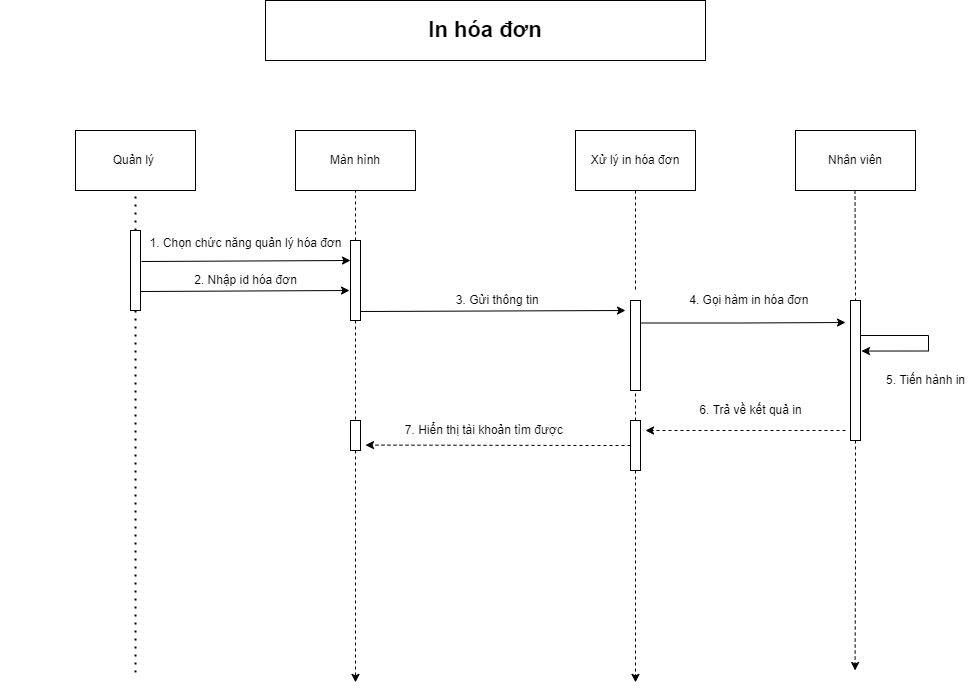
Before: Word/Sequence_Acc_Bill/PNG/inBill.drawio.png, a diagram exported from draw.io (hungtadasuke/CoffeShop_SoftwareTechnology). Source tidied: cells renumbered, new cells last; positions are measured from the earlier drawing's top-left corner, leaving out a move shared by most shapes. Source of this version:
```xml
<mxGraphModel>
  <root>
    <mxCell id="0" />
    <mxCell id="1" parent="0" />
    <mxCell id="2" value="&lt;b&gt;&lt;font style=&quot;font-size: 22px&quot;&gt;In hóa đơn&lt;/font&gt;&lt;/b&gt;" style="rounded=0;whiteSpace=wrap;html=1;" parent="1" vertex="1">
      <mxGeometry x="265" width="440" height="60" as="geometry" />
    </mxCell>
    <mxCell id="3" value="Quản lý&amp;nbsp;" style="rounded=0;whiteSpace=wrap;html=1;" parent="1" vertex="1">
      <mxGeometry x="75" y="130" width="120" height="60" as="geometry" />
    </mxCell>
    <mxCell id="4" value="Màn hình" style="rounded=0;whiteSpace=wrap;html=1;" parent="1" vertex="1">
      <mxGeometry x="295" y="130" width="120" height="60" as="geometry" />
    </mxCell>
    <mxCell id="5" value="Xử lý in hóa đơn" style="rounded=0;whiteSpace=wrap;html=1;" parent="1" vertex="1">
      <mxGeometry x="575" y="130" width="120" height="60" as="geometry" />
    </mxCell>
    <mxCell id="6" value="Nhân viên" style="rounded=0;whiteSpace=wrap;html=1;" parent="1" vertex="1">
      <mxGeometry x="795" y="130" width="120" height="60" as="geometry" />
    </mxCell>
    <mxCell id="7" style="rounded=0;whiteSpace=wrap;html=1;" parent="1" vertex="1">
      <mxGeometry x="130" y="230" width="10" height="80" as="geometry" />
    </mxCell>
    <mxCell id="8" style="edgeStyle=orthogonalEdgeStyle;rounded=0;jettySize=auto;html=1;dashed=1;" parent="1" edge="1" source="9">
      <mxGeometry relative="1" as="geometry">
        <mxPoint x="355" y="681.9" as="targetPoint" />
      </mxGeometry>
    </mxCell>
    <mxCell id="9" style="rounded=0;whiteSpace=wrap;html=1;" parent="1" vertex="1">
      <mxGeometry x="350" y="420" width="10" height="30" as="geometry" />
    </mxCell>
    <mxCell id="10" style="rounded=0;whiteSpace=wrap;html=1;" parent="1" vertex="1">
      <mxGeometry x="350" y="240" width="10" height="80" as="geometry" />
    </mxCell>
    <mxCell id="11" style="edgeStyle=orthogonalEdgeStyle;rounded=0;jettySize=auto;html=1;exitX=0;exitY=0.5;exitDx=0;exitDy=0;entryX=0.446;entryY=1.229;entryDx=0;entryDy=0;entryPerimeter=0;dashed=1;" parent="1" edge="1" source="13" target="28">
      <mxGeometry relative="1" as="geometry" />
    </mxCell>
    <mxCell id="12" style="edgeStyle=orthogonalEdgeStyle;rounded=0;jettySize=auto;html=1;dashed=1;" parent="1" edge="1" source="13">
      <mxGeometry relative="1" as="geometry">
        <mxPoint x="635" y="681.9" as="targetPoint" />
      </mxGeometry>
    </mxCell>
    <mxCell id="13" style="rounded=0;whiteSpace=wrap;html=1;" parent="1" vertex="1">
      <mxGeometry x="630" y="420" width="10" height="50" as="geometry" />
    </mxCell>
    <mxCell id="14" style="rounded=0;whiteSpace=wrap;html=1;" parent="1" vertex="1">
      <mxGeometry x="630" y="300" width="10" height="90" as="geometry" />
    </mxCell>
    <mxCell id="15" style="endArrow=none;dashed=1;html=1;dashPattern=1 3;strokeWidth=2;rounded=0;entryX=0.5;entryY=1;entryDx=0;entryDy=0;exitX=0.5;exitY=0;exitDx=0;exitDy=0;" parent="1" edge="1" source="7" target="3">
      <mxGeometry relative="1" as="geometry" />
    </mxCell>
    <mxCell id="16" style="endArrow=none;dashed=1;html=1;dashPattern=1 3;strokeWidth=2;rounded=0;exitX=0.5;exitY=1;exitDx=0;exitDy=0;" parent="1" edge="1" source="7">
      <mxGeometry relative="1" as="geometry">
        <mxPoint x="135" y="671.9" as="targetPoint" />
      </mxGeometry>
    </mxCell>
    <mxCell id="17" style="endArrow=none;dashed=1;html=1;rounded=0;entryX=0.5;entryY=1;entryDx=0;entryDy=0;exitX=0.5;exitY=0;exitDx=0;exitDy=0;" parent="1" edge="1" source="10" target="4">
      <mxGeometry relative="1" as="geometry" />
    </mxCell>
    <mxCell id="18" style="endArrow=none;dashed=1;html=1;rounded=0;exitX=0.5;exitY=1;exitDx=0;exitDy=0;" parent="1" edge="1" source="5">
      <mxGeometry relative="1" as="geometry">
        <mxPoint x="635" y="290" as="targetPoint" />
      </mxGeometry>
    </mxCell>
    <mxCell id="19" style="endArrow=none;dashed=1;html=1;rounded=0;entryX=0.5;entryY=0;entryDx=0;entryDy=0;exitX=0.5;exitY=1;exitDx=0;exitDy=0;" parent="1" edge="1" source="10" target="9">
      <mxGeometry relative="1" as="geometry" />
    </mxCell>
    <mxCell id="20" style="endArrow=none;dashed=1;html=1;rounded=0;entryX=0.5;entryY=1;entryDx=0;entryDy=0;exitX=0.5;exitY=0;exitDx=0;exitDy=0;" parent="1" edge="1" source="13" target="14">
      <mxGeometry relative="1" as="geometry" />
    </mxCell>
    <mxCell id="21" style="endArrow=none;dashed=1;html=1;rounded=0;exitX=0.5;exitY=1;exitDx=0;exitDy=0;entryX=0.5;entryY=0;entryDx=0;entryDy=0;" parent="1" edge="1" target="32">
      <mxGeometry relative="1" as="geometry">
        <mxPoint x="854.5" y="190" as="sourcePoint" />
      </mxGeometry>
    </mxCell>
    <mxCell id="22" style="edgeStyle=orthogonalEdgeStyle;rounded=0;jettySize=auto;html=1;exitX=1;exitY=0.25;exitDx=0;exitDy=0;" parent="1" edge="1" source="14">
      <mxGeometry relative="1" as="geometry">
        <mxPoint x="845" y="322" as="targetPoint" />
      </mxGeometry>
    </mxCell>
    <mxCell id="23" style="endArrow=classic;html=1;rounded=0;exitX=1;exitY=0.5;exitDx=0;exitDy=0;entryX=-0.1;entryY=0.675;entryDx=0;entryDy=0;entryPerimeter=0;" parent="1" edge="1">
      <mxGeometry relative="1" as="geometry">
        <mxPoint x="141" y="261" as="sourcePoint" />
        <mxPoint x="350" y="260" as="targetPoint" />
      </mxGeometry>
    </mxCell>
    <mxCell id="24" style="endArrow=classic;html=1;rounded=0;exitX=1;exitY=0.5;exitDx=0;exitDy=0;entryX=-0.1;entryY=0.675;entryDx=0;entryDy=0;entryPerimeter=0;" parent="1" edge="1">
      <mxGeometry relative="1" as="geometry">
        <mxPoint x="140" y="291" as="sourcePoint" />
        <mxPoint x="349" y="290" as="targetPoint" />
      </mxGeometry>
    </mxCell>
    <mxCell id="25" style="endArrow=classic;html=1;rounded=0;exitX=1;exitY=0.5;exitDx=0;exitDy=0;" parent="1" edge="1">
      <mxGeometry relative="1" as="geometry">
        <mxPoint x="360" y="311" as="sourcePoint" />
        <mxPoint x="625" y="310" as="targetPoint" />
      </mxGeometry>
    </mxCell>
    <mxCell id="26" value="&lt;font style=&quot;font-size: 12px&quot;&gt;&amp;nbsp; &amp;nbsp; &amp;nbsp; &amp;nbsp; &amp;nbsp; &amp;nbsp; &amp;nbsp; &amp;nbsp; &amp;nbsp; &amp;nbsp; &amp;nbsp; &amp;nbsp; &amp;nbsp; &amp;nbsp; &amp;nbsp; &amp;nbsp; &amp;nbsp; &amp;nbsp; &amp;nbsp; &amp;nbsp; &amp;nbsp; 1. Chọn chức năng quản lý hóa đơn&lt;/font&gt;" style="text;html=1;align=center;verticalAlign=middle;strokeColor=none;fillColor=none;fontSize=22;" parent="1" vertex="1">
      <mxGeometry y="220" width="350" height="40" as="geometry" />
    </mxCell>
    <mxCell id="27" value="&amp;nbsp; &amp;nbsp; &amp;nbsp; &amp;nbsp; &amp;nbsp; &amp;nbsp; &amp;nbsp; &amp;nbsp; &amp;nbsp; &amp;nbsp; &amp;nbsp; &amp;nbsp; &amp;nbsp; &amp;nbsp; &amp;nbsp; &amp;nbsp; &amp;nbsp; &amp;nbsp; &amp;nbsp; &amp;nbsp; &amp;nbsp; &amp;nbsp; &amp;nbsp; &amp;nbsp; &amp;nbsp; &amp;nbsp; &amp;nbsp; &amp;nbsp; &amp;nbsp; &amp;nbsp; &amp;nbsp; &amp;nbsp; &amp;nbsp; &amp;nbsp; &amp;nbsp; &amp;nbsp; &amp;nbsp; 3. Gửi thông tin&amp;nbsp;" style="text;html=1;align=center;verticalAlign=middle;strokeColor=none;fillColor=none;fontSize=12;" parent="1" vertex="1">
      <mxGeometry x="200" y="290" width="350" height="20" as="geometry" />
    </mxCell>
    <mxCell id="28" value="&amp;nbsp; &amp;nbsp; &amp;nbsp; &amp;nbsp; &amp;nbsp; &amp;nbsp; &amp;nbsp; &amp;nbsp; &amp;nbsp; &amp;nbsp; &amp;nbsp; &amp;nbsp; &amp;nbsp; &amp;nbsp; &amp;nbsp; &amp;nbsp; &amp;nbsp; &amp;nbsp; &amp;nbsp; &amp;nbsp; &amp;nbsp; &amp;nbsp; &amp;nbsp; &amp;nbsp; &amp;nbsp; &amp;nbsp; &amp;nbsp; &amp;nbsp; &amp;nbsp; &amp;nbsp;7. Hiển thị tài khoản tìm được" style="text;html=1;align=center;verticalAlign=middle;points=[];strokeColor=none;fillColor=none;fontSize=12;" parent="1" vertex="1">
      <mxGeometry x="200" y="420" width="370" height="20" as="geometry" />
    </mxCell>
    <mxCell id="29" value="&amp;nbsp; &amp;nbsp; &amp;nbsp; &amp;nbsp; &amp;nbsp; &amp;nbsp; &amp;nbsp; &amp;nbsp; &amp;nbsp; &amp;nbsp; &amp;nbsp; &amp;nbsp; &amp;nbsp; &amp;nbsp; &amp;nbsp; &amp;nbsp; &amp;nbsp; &amp;nbsp; &amp;nbsp; &amp;nbsp; &amp;nbsp; &amp;nbsp; 4. Gọi hàm in hóa đơn" style="text;html=1;align=center;verticalAlign=middle;strokeColor=none;fillColor=none;fontSize=12;" parent="1" vertex="1">
      <mxGeometry x="535" y="290" width="280" height="20" as="geometry" />
    </mxCell>
    <mxCell id="30" style="edgeStyle=orthogonalEdgeStyle;rounded=0;orthogonalLoop=1;jettySize=auto;html=1;exitX=1;exitY=0.25;exitDx=0;exitDy=0;entryX=1.094;entryY=0.361;entryDx=0;entryDy=0;entryPerimeter=0;" parent="1" edge="1" source="32" target="32">
      <mxGeometry relative="1" as="geometry">
        <Array as="points">
          <mxPoint x="928" y="335" />
          <mxPoint x="928" y="350" />
        </Array>
      </mxGeometry>
    </mxCell>
    <mxCell id="31" style="edgeStyle=orthogonalEdgeStyle;rounded=0;jettySize=auto;html=1;exitX=0.5;exitY=1;exitDx=0;exitDy=0;dashed=1;" parent="1" edge="1" source="32">
      <mxGeometry relative="1" as="geometry">
        <mxPoint x="854.6" y="670" as="targetPoint" />
      </mxGeometry>
    </mxCell>
    <mxCell id="32" style="rounded=0;whiteSpace=wrap;html=1;" parent="1" vertex="1">
      <mxGeometry x="850" y="300" width="10" height="140" as="geometry" />
    </mxCell>
    <mxCell id="33" value="&amp;nbsp; &amp;nbsp; &amp;nbsp; &amp;nbsp; &amp;nbsp; &amp;nbsp; &amp;nbsp; &amp;nbsp; &amp;nbsp; &amp;nbsp; &amp;nbsp; &amp;nbsp; &amp;nbsp; &amp;nbsp; &amp;nbsp; 5. Tiến hành in" style="text;html=1;align=center;verticalAlign=middle;strokeColor=none;fillColor=none;" parent="1" vertex="1">
      <mxGeometry x="780" y="370" width="190" height="20" as="geometry" />
    </mxCell>
    <mxCell id="34" style="endArrow=classic;html=1;rounded=0;dashed=1;" parent="1" edge="1">
      <mxGeometry relative="1" as="geometry">
        <mxPoint x="845" y="430" as="sourcePoint" />
        <mxPoint x="645" y="430" as="targetPoint" />
      </mxGeometry>
    </mxCell>
    <mxCell id="35" value="&amp;nbsp; &amp;nbsp; &amp;nbsp; &amp;nbsp; &amp;nbsp; &amp;nbsp; &amp;nbsp; &amp;nbsp; &amp;nbsp; &amp;nbsp; &amp;nbsp; &amp;nbsp; &amp;nbsp; &amp;nbsp; &amp;nbsp; &amp;nbsp; &amp;nbsp; &amp;nbsp; &amp;nbsp; &amp;nbsp;6. Trả về kết quả in" style="text;html=1;align=center;verticalAlign=middle;strokeColor=none;fillColor=none;" parent="1" vertex="1">
      <mxGeometry x="560" y="400" width="250" height="20" as="geometry" />
    </mxCell>
    <mxCell id="36" value="&amp;nbsp; &amp;nbsp; &amp;nbsp; &amp;nbsp; &amp;nbsp; &amp;nbsp; &amp;nbsp; &amp;nbsp; &amp;nbsp; &amp;nbsp; &amp;nbsp; &amp;nbsp; &amp;nbsp; &amp;nbsp; &amp;nbsp; &amp;nbsp; &amp;nbsp; &amp;nbsp; &amp;nbsp; &amp;nbsp; &amp;nbsp; &amp;nbsp; &amp;nbsp; &amp;nbsp; &amp;nbsp; &amp;nbsp; &amp;nbsp; 2. Nhập id hóa đơn" style="text;html=1;align=center;verticalAlign=middle;strokeColor=none;fillColor=none;" parent="1" vertex="1">
      <mxGeometry x="5" y="270" width="300" height="20" as="geometry" />
    </mxCell>
  </root>
</mxGraphModel>
```
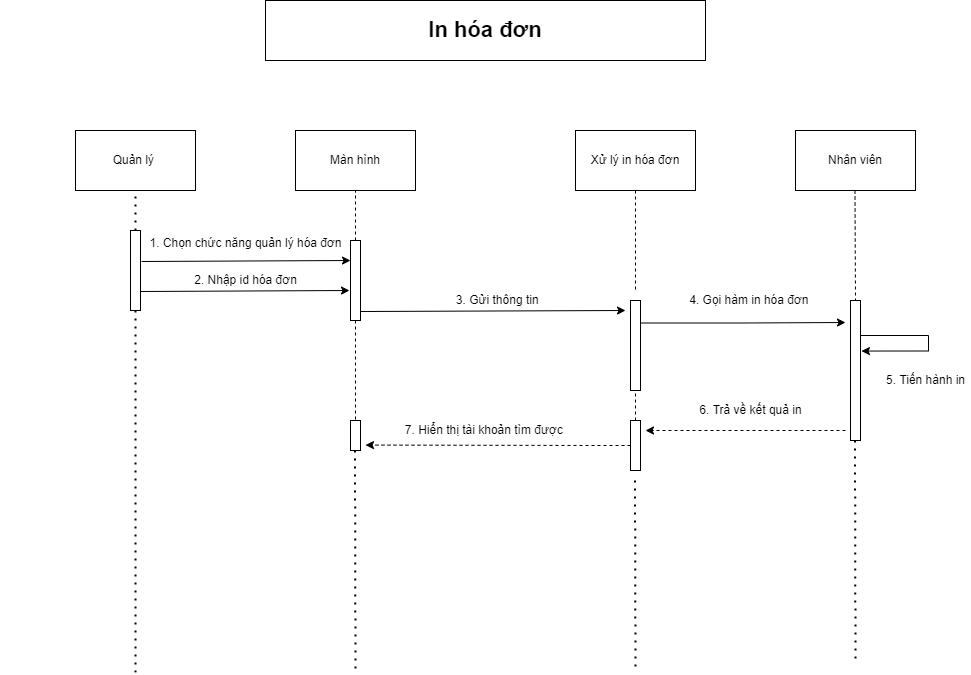
After the change.

Diff of the diagram source:
```diff
@@ -20,11 +20,6 @@
     <mxCell id="7" style="rounded=0;whiteSpace=wrap;html=1;" parent="1" vertex="1">
       <mxGeometry x="130" y="230" width="10" height="80" as="geometry" />
     </mxCell>
-    <mxCell id="8" style="edgeStyle=orthogonalEdgeStyle;rounded=0;jettySize=auto;html=1;dashed=1;" parent="1" edge="1" source="9">
-      <mxGeometry relative="1" as="geometry">
-        <mxPoint x="355" y="681.9" as="targetPoint" />
-      </mxGeometry>
-    </mxCell>
     <mxCell id="9" style="rounded=0;whiteSpace=wrap;html=1;" parent="1" vertex="1">
       <mxGeometry x="350" y="420" width="10" height="30" as="geometry" />
     </mxCell>
@@ -34,11 +29,6 @@
     <mxCell id="11" style="edgeStyle=orthogonalEdgeStyle;rounded=0;jettySize=auto;html=1;exitX=0;exitY=0.5;exitDx=0;exitDy=0;entryX=0.446;entryY=1.229;entryDx=0;entryDy=0;entryPerimeter=0;dashed=1;" parent="1" edge="1" source="13" target="28">
       <mxGeometry relative="1" as="geometry" />
     </mxCell>
-    <mxCell id="12" style="edgeStyle=orthogonalEdgeStyle;rounded=0;jettySize=auto;html=1;dashed=1;" parent="1" edge="1" source="13">
-      <mxGeometry relative="1" as="geometry">
-        <mxPoint x="635" y="681.9" as="targetPoint" />
-      </mxGeometry>
-    </mxCell>
     <mxCell id="13" style="rounded=0;whiteSpace=wrap;html=1;" parent="1" vertex="1">
       <mxGeometry x="630" y="420" width="10" height="50" as="geometry" />
     </mxCell>
@@ -115,11 +105,6 @@
         </Array>
       </mxGeometry>
     </mxCell>
-    <mxCell id="31" style="edgeStyle=orthogonalEdgeStyle;rounded=0;jettySize=auto;html=1;exitX=0.5;exitY=1;exitDx=0;exitDy=0;dashed=1;" parent="1" edge="1" source="32">
-      <mxGeometry relative="1" as="geometry">
-        <mxPoint x="854.6" y="670" as="targetPoint" />
-      </mxGeometry>
-    </mxCell>
     <mxCell id="32" style="rounded=0;whiteSpace=wrap;html=1;" parent="1" vertex="1">
       <mxGeometry x="850" y="300" width="10" height="140" as="geometry" />
     </mxCell>
@@ -138,5 +123,23 @@
     <mxCell id="36" value="&amp;nbsp; &amp;nbsp; &amp;nbsp; &amp;nbsp; &amp;nbsp; &amp;nbsp; &amp;nbsp; &amp;nbsp; &amp;nbsp; &amp;nbsp; &amp;nbsp; &amp;nbsp; &amp;nbsp; &amp;nbsp; &amp;nbsp; &amp;nbsp; &amp;nbsp; &amp;nbsp; &amp;nbsp; &amp;nbsp; &amp;nbsp; &amp;nbsp; &amp;nbsp; &amp;nbsp; &amp;nbsp; &amp;nbsp; &amp;nbsp; 2. Nhập id hóa đơn" style="text;html=1;align=center;verticalAlign=middle;strokeColor=none;fillColor=none;" parent="1" vertex="1">
       <mxGeometry x="5" y="270" width="300" height="20" as="geometry" />
     </mxCell>
+    <mxCell id="37" style="endArrow=none;dashed=1;html=1;dashPattern=1 3;strokeWidth=2;rounded=0;exitX=0.5;exitY=1;exitDx=0;exitDy=0;" parent="1" edge="1">
+      <mxGeometry relative="1" as="geometry">
+        <mxPoint x="354.5" y="450" as="sourcePoint" />
+        <mxPoint x="355" y="670" as="targetPoint" />
+      </mxGeometry>
+    </mxCell>
+    <mxCell id="38" style="endArrow=none;dashed=1;html=1;dashPattern=1 3;strokeWidth=2;rounded=0;exitX=0.5;exitY=1;exitDx=0;exitDy=0;" parent="1" edge="1">
+      <mxGeometry relative="1" as="geometry">
+        <mxPoint x="634.5" y="480" as="sourcePoint" />
+        <mxPoint x="635" y="670" as="targetPoint" />
+      </mxGeometry>
+    </mxCell>
+    <mxCell id="39" style="endArrow=none;dashed=1;html=1;dashPattern=1 3;strokeWidth=2;rounded=0;exitX=0.5;exitY=1;exitDx=0;exitDy=0;" parent="1" edge="1">
+      <mxGeometry relative="1" as="geometry">
+        <mxPoint x="854.5" y="440" as="sourcePoint" />
+        <mxPoint x="855" y="660" as="targetPoint" />
+      </mxGeometry>
+    </mxCell>
   </root>
 </mxGraphModel>
```
